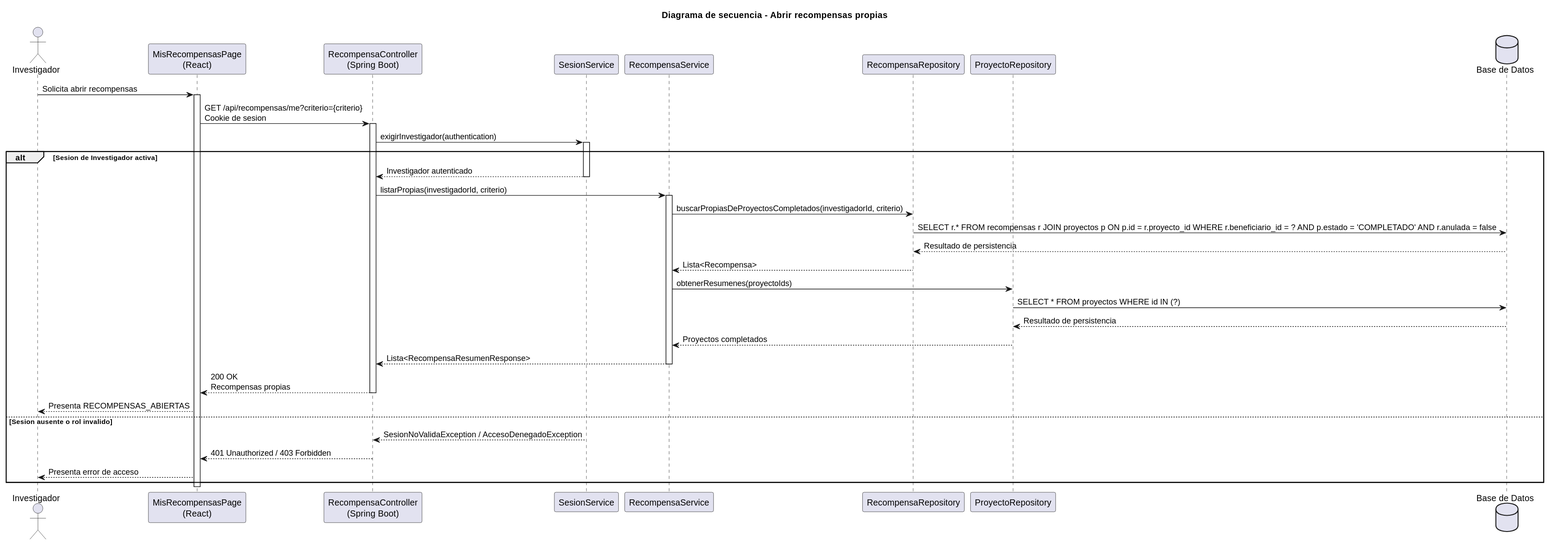
Earlier version of the PlantUML export images/RUP/02-diseño/casos-uso/investigador/abrirRecompensas/secuencia.svg (beatriizorozco/25-26-idsw2-sdVC).
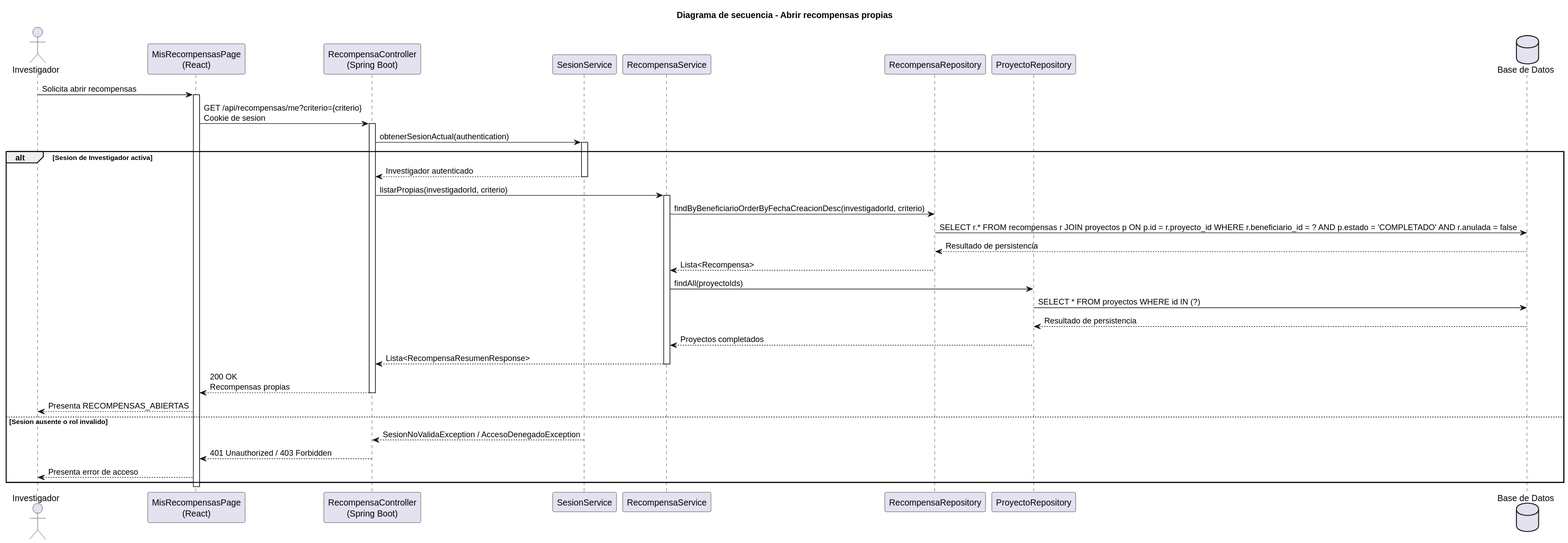
The same diagram one commit later.

Change to the diagram source:
```diff
@@ -14,18 +14,18 @@
 activate Frontend
 Frontend -> Api: GET /api/recompensas/me?criterio={criterio}\nCookie de sesion
 activate Api
-Api -> Sesion: exigirInvestigador(authentication)
+Api -> Sesion: obtenerSesionActual(authentication)
 activate Sesion
 alt Sesion de Investigador activa
     Sesion --> Api: Investigador autenticado
     deactivate Sesion
     Api -> Service: listarPropias(investigadorId, criterio)
     activate Service
-    Service -> Repo: buscarPropiasDeProyectosCompletados(investigadorId, criterio)
+    Service -> Repo: findByBeneficiarioOrderByFechaCreacionDesc(investigadorId, criterio)
     Repo -> DB: SELECT r.* FROM recompensas r JOIN proyectos p ON p.id = r.proyecto_id WHERE r.beneficiario_id = ? AND p.estado = 'COMPLETADO' AND r.anulada = false
     DB --> Repo: Resultado de persistencia
     Repo --> Service: Lista<Recompensa>
-    Service -> ProyectoRepo: obtenerResumenes(proyectoIds)
+    Service -> ProyectoRepo: findAll(proyectoIds)
     ProyectoRepo -> DB: SELECT * FROM proyectos WHERE id IN (?)
     DB --> ProyectoRepo: Resultado de persistencia
     ProyectoRepo --> Service: Proyectos completados
```
